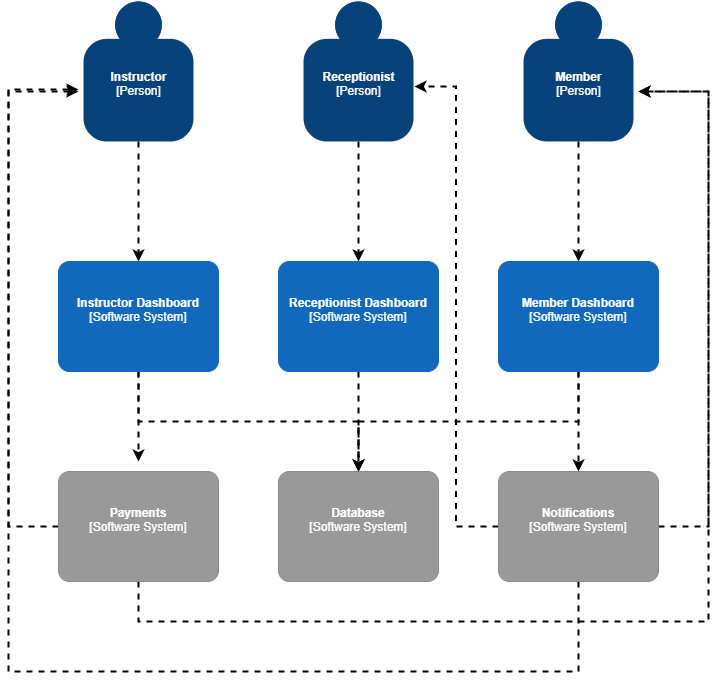
This is doc/context-diagram.png from nico-guba/deloitte-advantage, a draw.io export, as it was before one commit. Source tidied: cells renumbered, new cells last; positions are measured from the earlier drawing's top-left corner, leaving out a move shared by most shapes.
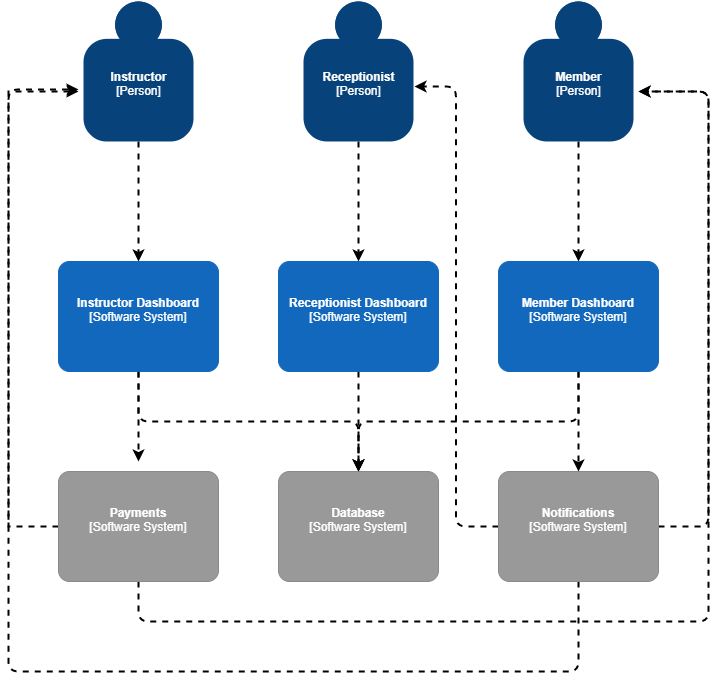
Later version of the same file.

Commit message:
curved the line style for clarity

The edit, as a diff of the source:
```diff
@@ -25,7 +25,7 @@
         <mxGeometry x="270" y="470" width="160" height="110" as="geometry" />
       </mxCell>
     </object>
-    <mxCell id="7" style="edgeStyle=elbowEdgeStyle;rounded=0;jettySize=auto;html=1;dashed=1;strokeWidth=2;" parent="1" edge="1" source="9">
+    <mxCell id="7" style="edgeStyle=elbowEdgeStyle;jettySize=auto;html=1;dashed=1;strokeWidth=2;rounded=0;" parent="1" edge="1" source="9">
       <mxGeometry relative="1" as="geometry">
         <mxPoint x="70" y="90" as="targetPoint" />
         <Array as="points">
@@ -33,7 +33,7 @@
         </Array>
       </mxGeometry>
     </mxCell>
-    <mxCell id="8" style="edgeStyle=orthogonalEdgeStyle;rounded=0;jettySize=auto;html=1;exitX=0.5;exitY=1;exitDx=0;exitDy=0;exitPerimeter=0;dashed=1;strokeWidth=2;" parent="1" edge="1" source="9">
+    <mxCell id="8" style="edgeStyle=orthogonalEdgeStyle;jettySize=auto;html=1;exitX=0.5;exitY=1;exitDx=0;exitDy=0;exitPerimeter=0;dashed=1;strokeWidth=2;rounded=1;" parent="1" edge="1" source="9">
       <mxGeometry relative="1" as="geometry">
         <mxPoint x="630" y="90" as="targetPoint" />
         <Array as="points">
@@ -48,7 +48,7 @@
         <mxGeometry x="50" y="470" width="160" height="110" as="geometry" />
       </mxCell>
     </object>
-    <mxCell id="10" style="edgeStyle=elbowEdgeStyle;rounded=0;jettySize=auto;html=1;exitX=1;exitY=0.5;exitDx=0;exitDy=0;exitPerimeter=0;dashed=1;strokeWidth=2;" parent="1" edge="1" source="13">
+    <mxCell id="10" style="edgeStyle=elbowEdgeStyle;rounded=1;jettySize=auto;html=1;exitX=1;exitY=0.5;exitDx=0;exitDy=0;exitPerimeter=0;dashed=1;strokeWidth=2;" parent="1" edge="1" source="13">
       <mxGeometry relative="1" as="geometry">
         <mxPoint x="630" y="90" as="targetPoint" />
         <Array as="points">
@@ -57,10 +57,10 @@
         </Array>
       </mxGeometry>
     </mxCell>
-    <mxCell id="11" style="edgeStyle=orthogonalEdgeStyle;rounded=0;jettySize=auto;html=1;entryX=1.009;entryY=0.607;entryDx=0;entryDy=0;entryPerimeter=0;dashed=1;strokeWidth=2;" parent="1" edge="1" source="13" target="3">
+    <mxCell id="11" style="edgeStyle=orthogonalEdgeStyle;jettySize=auto;html=1;entryX=1.009;entryY=0.607;entryDx=0;entryDy=0;entryPerimeter=0;dashed=1;strokeWidth=2;jumpStyle=none;rounded=1;" parent="1" edge="1" source="13" target="3">
       <mxGeometry relative="1" as="geometry" />
     </mxCell>
-    <mxCell id="12" style="edgeStyle=orthogonalEdgeStyle;rounded=0;jettySize=auto;html=1;dashed=1;strokeWidth=2;" parent="1" edge="1" source="13">
+    <mxCell id="12" style="edgeStyle=orthogonalEdgeStyle;jettySize=auto;html=1;dashed=1;strokeWidth=2;rounded=1;" parent="1" edge="1" source="13">
       <mxGeometry relative="1" as="geometry">
         <mxPoint x="70" y="88" as="targetPoint" />
         <Array as="points">
@@ -91,7 +91,7 @@
         <mxGeometry x="515" width="110" height="140" as="geometry" />
       </mxCell>
     </object>
-    <mxCell id="18" style="edgeStyle=orthogonalEdgeStyle;rounded=0;jettySize=auto;html=1;exitX=0.5;exitY=1;exitDx=0;exitDy=0;exitPerimeter=0;dashed=1;strokeWidth=2;" parent="1" edge="1" source="20" target="6">
+    <mxCell id="18" style="edgeStyle=orthogonalEdgeStyle;jettySize=auto;html=1;exitX=0.5;exitY=1;exitDx=0;exitDy=0;exitPerimeter=0;dashed=1;strokeWidth=2;rounded=1;" parent="1" edge="1" source="20" target="6">
       <mxGeometry relative="1" as="geometry" />
     </mxCell>
     <mxCell id="19" style="edgeStyle=orthogonalEdgeStyle;rounded=0;jettySize=auto;html=1;exitX=0.5;exitY=1;exitDx=0;exitDy=0;exitPerimeter=0;dashed=1;strokeWidth=2;" parent="1" edge="1" source="20">
@@ -104,7 +104,7 @@
         <mxGeometry x="50" y="260" width="160" height="110" as="geometry" />
       </mxCell>
     </object>
-    <mxCell id="21" style="edgeStyle=orthogonalEdgeStyle;rounded=0;jettySize=auto;html=1;dashed=1;strokeWidth=2;" parent="1" edge="1" source="23">
+    <mxCell id="21" style="edgeStyle=orthogonalEdgeStyle;jettySize=auto;html=1;dashed=1;strokeWidth=2;rounded=1;" parent="1" edge="1" source="23">
       <mxGeometry relative="1" as="geometry">
         <mxPoint x="350" y="470" as="targetPoint" />
         <Array as="points">
```
